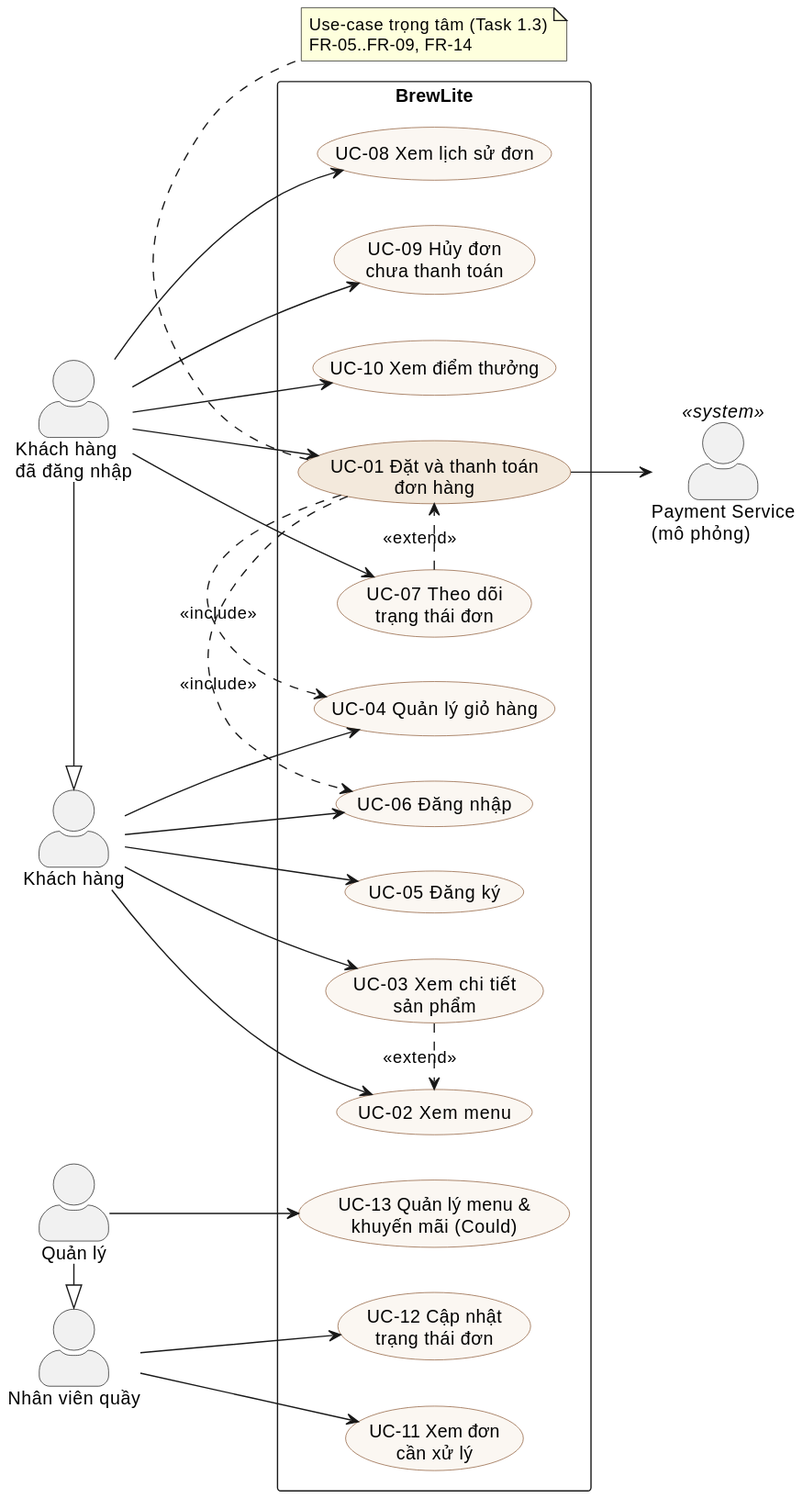
The PlantUML diagram docs/diagrams/use-case-overview.svg in LHTCoder/brewlite, before a commit. Its diagram source:
```plantuml
@startuml
left to right direction
skinparam packageStyle rectangle
skinparam actorStyle awesome
skinparam usecase {
  BackgroundColor #FBF7F2
  BorderColor #8A5733
}

actor "Khách hàng" as Guest
actor "Khách hàng\nđã đăng nhập" as Customer
actor "Nhân viên quầy" as Staff
actor "Quản lý" as Manager
actor "Payment Service\n(mô phỏng)" as Pay <<system>>

Customer -|> Guest
Manager -|> Staff

rectangle "BrewLite" {
  usecase "UC-02 Xem menu" as UC2
  usecase "UC-03 Xem chi tiết\nsản phẩm" as UC3
  usecase "UC-04 Quản lý giỏ hàng" as UC4
  usecase "UC-05 Đăng ký" as UC5
  usecase "UC-06 Đăng nhập" as UC6
  usecase "UC-01 Đặt và thanh toán\nđơn hàng" as UC1 #F3E9DC
  usecase "UC-07 Theo dõi\ntrạng thái đơn" as UC7
  usecase "UC-08 Xem lịch sử đơn" as UC8
  usecase "UC-09 Hủy đơn\nchưa thanh toán" as UC9
  usecase "UC-10 Xem điểm thưởng" as UC10
  usecase "UC-11 Xem đơn\ncần xử lý" as UC11
  usecase "UC-12 Cập nhật\ntrạng thái đơn" as UC12
  usecase "UC-13 Quản lý menu &\nkhuyến mãi (Could)" as UC13
}

Guest --> UC2
Guest --> UC3
Guest --> UC4
Guest --> UC5
Guest --> UC6

Customer --> UC1
Customer --> UC7
Customer --> UC8
Customer --> UC9
Customer --> UC10

Staff --> UC11
Staff --> UC12
Manager --> UC13

UC1 --> Pay
UC3 .> UC2 : <<extend>>
UC1 .> UC4 : <<include>>
UC1 .> UC6 : <<include>>
UC7 .> UC1 : <<extend>>

note bottom of UC1
  Use-case trọng tâm (Task 1.3)
  FR-05..FR-09, FR-14
end note
@enduml
```
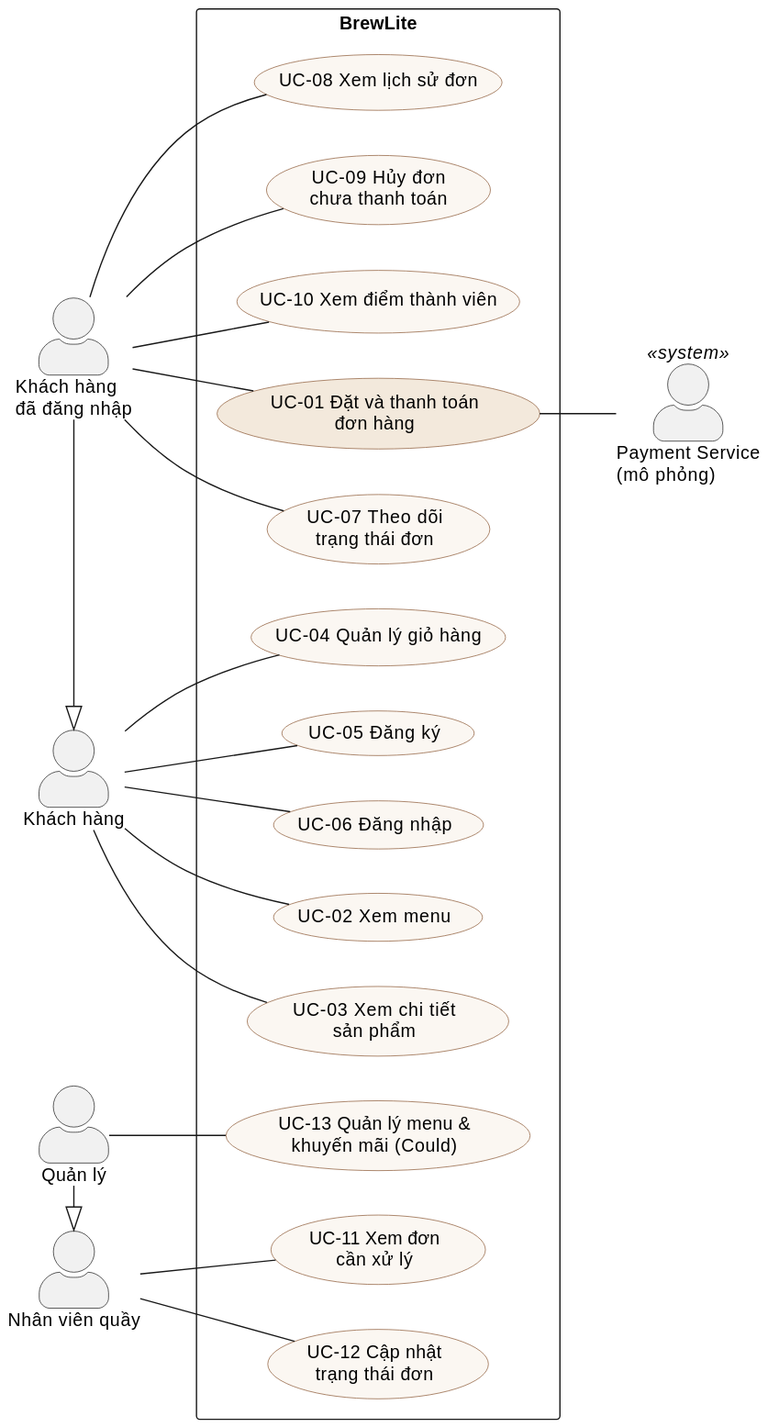
After the change.

What changed in the source:
```diff
@@ -26,36 +26,27 @@
   usecase "UC-07 Theo dõi\ntrạng thái đơn" as UC7
   usecase "UC-08 Xem lịch sử đơn" as UC8
   usecase "UC-09 Hủy đơn\nchưa thanh toán" as UC9
-  usecase "UC-10 Xem điểm thưởng" as UC10
+  usecase "UC-10 Xem điểm thành viên" as UC10
   usecase "UC-11 Xem đơn\ncần xử lý" as UC11
   usecase "UC-12 Cập nhật\ntrạng thái đơn" as UC12
   usecase "UC-13 Quản lý menu &\nkhuyến mãi (Could)" as UC13
 }
 
-Guest --> UC2
-Guest --> UC3
-Guest --> UC4
-Guest --> UC5
-Guest --> UC6
+Guest -- UC2
+Guest -- UC3
+Guest -- UC4
+Guest -- UC5
+Guest -- UC6
 
-Customer --> UC1
-Customer --> UC7
-Customer --> UC8
-Customer --> UC9
-Customer --> UC10
+Customer -- UC1
+Customer -- UC7
+Customer -- UC8
+Customer -- UC9
+Customer -- UC10
 
-Staff --> UC11
-Staff --> UC12
-Manager --> UC13
+Staff -- UC11
+Staff -- UC12
+Manager -- UC13
 
-UC1 --> Pay
-UC3 .> UC2 : <<extend>>
-UC1 .> UC4 : <<include>>
-UC1 .> UC6 : <<include>>
-UC7 .> UC1 : <<extend>>
-
-note bottom of UC1
-  Use-case trọng tâm (Task 1.3)
-  FR-05..FR-09, FR-14
-end note
+UC1 -- Pay
 @enduml
```
